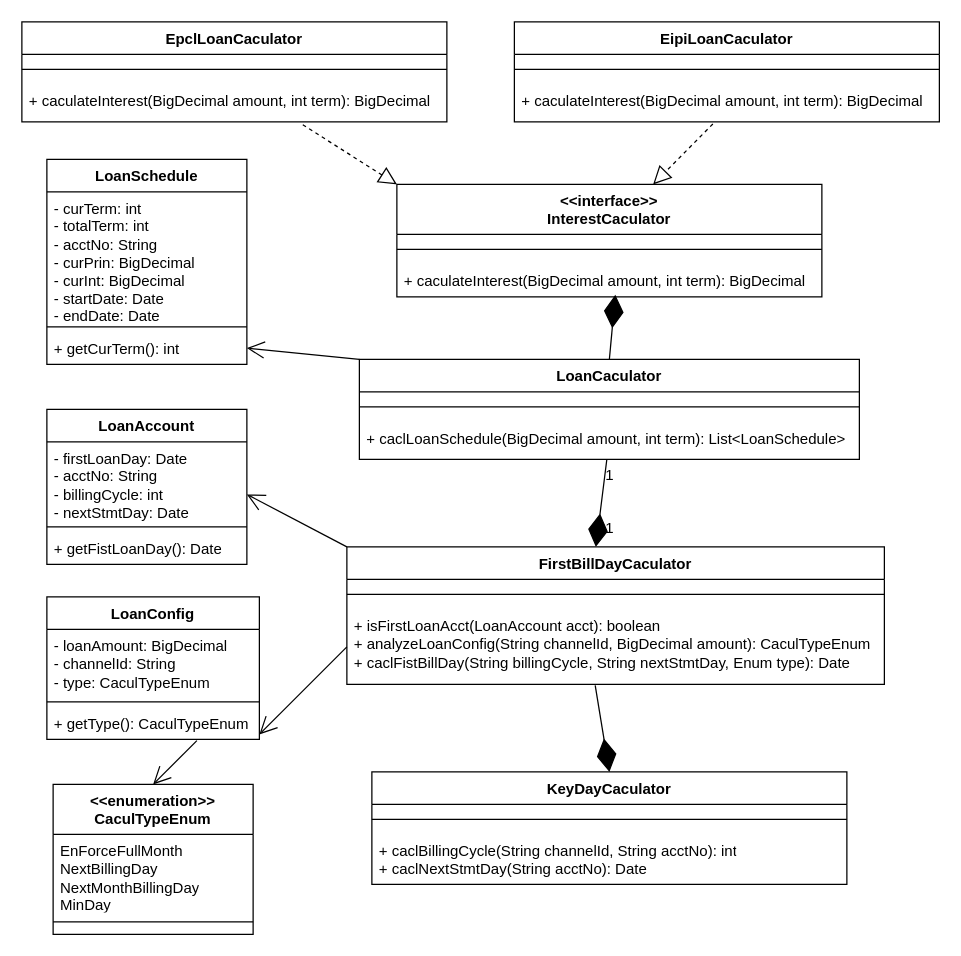
Before: 借款试算类图.drawio in wuxiao-web/graduationThesis, a draw.io diagram. Source tidied: cells renumbered, new cells numbered last; positions are measured from the earlier drawing's top-left corner, leaving out a move shared by most shapes. Both pictures are drawn from the tidied source at 125%, with x=0, y=0 at pixel (21, 21).
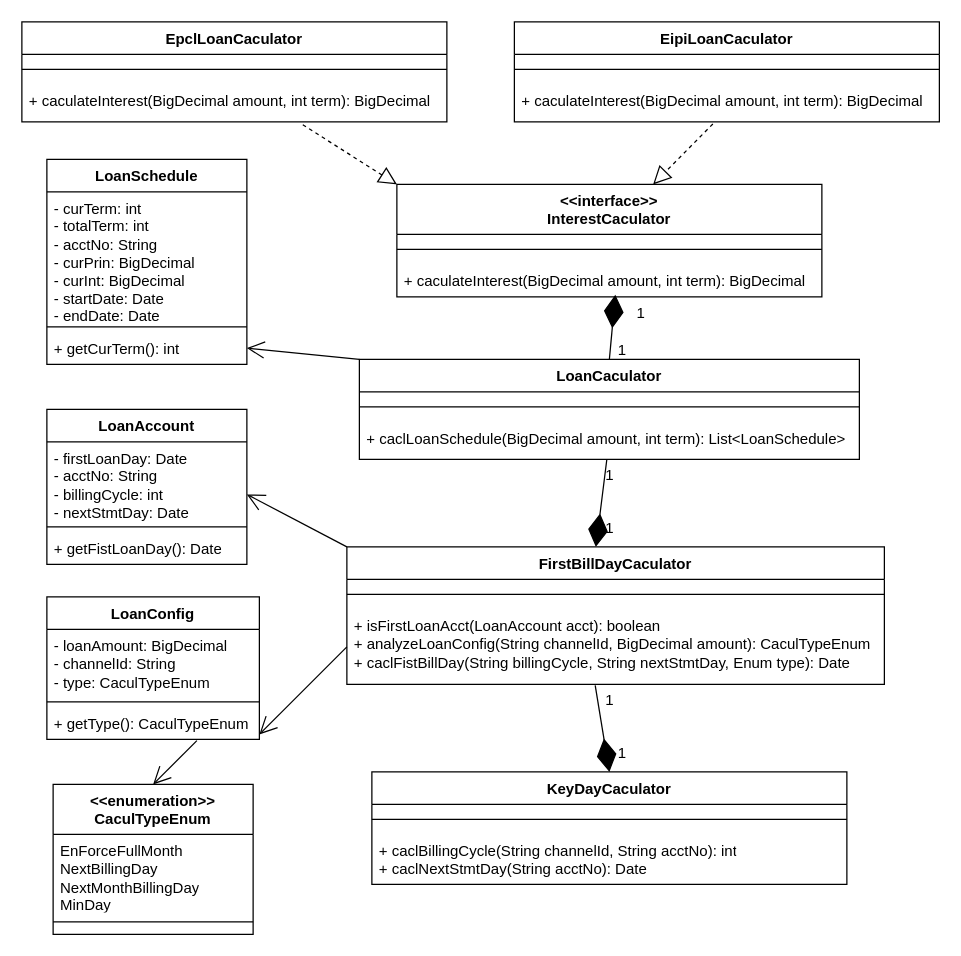
Above is the later version.

Commit message (it also covers changes not shown here):
更新借款试算类图.drawio

The edit, as a diff of the source:
```diff
@@
+    <mxCell id="46" value="1" style="text;html=1;align=center;verticalAlign=middle;strokeColor=none;fillColor=none;" parent="1" vertex="1">
+      <mxGeometry x="465" y="248" width="30" height="30" as="geometry" />
+    </mxCell>
+    <mxCell id="47" value="1" style="text;html=1;align=center;verticalAlign=middle;strokeColor=none;fillColor=none;" parent="1" vertex="1">
+      <mxGeometry x="480" y="218" width="30" height="30" as="geometry" />
+    </mxCell>
+    <mxCell id="48" value="1" style="text;html=1;align=center;verticalAlign=middle;strokeColor=none;fillColor=none;" parent="1" vertex="1">
+      <mxGeometry x="455" y="528" width="30" height="30" as="geometry" />
+    </mxCell>
+    <mxCell id="49" value="1" style="text;html=1;align=center;verticalAlign=middle;strokeColor=none;fillColor=none;" parent="1" vertex="1">
+      <mxGeometry x="465" y="570" width="30" height="30" as="geometry" />
+    </mxCell>
```
